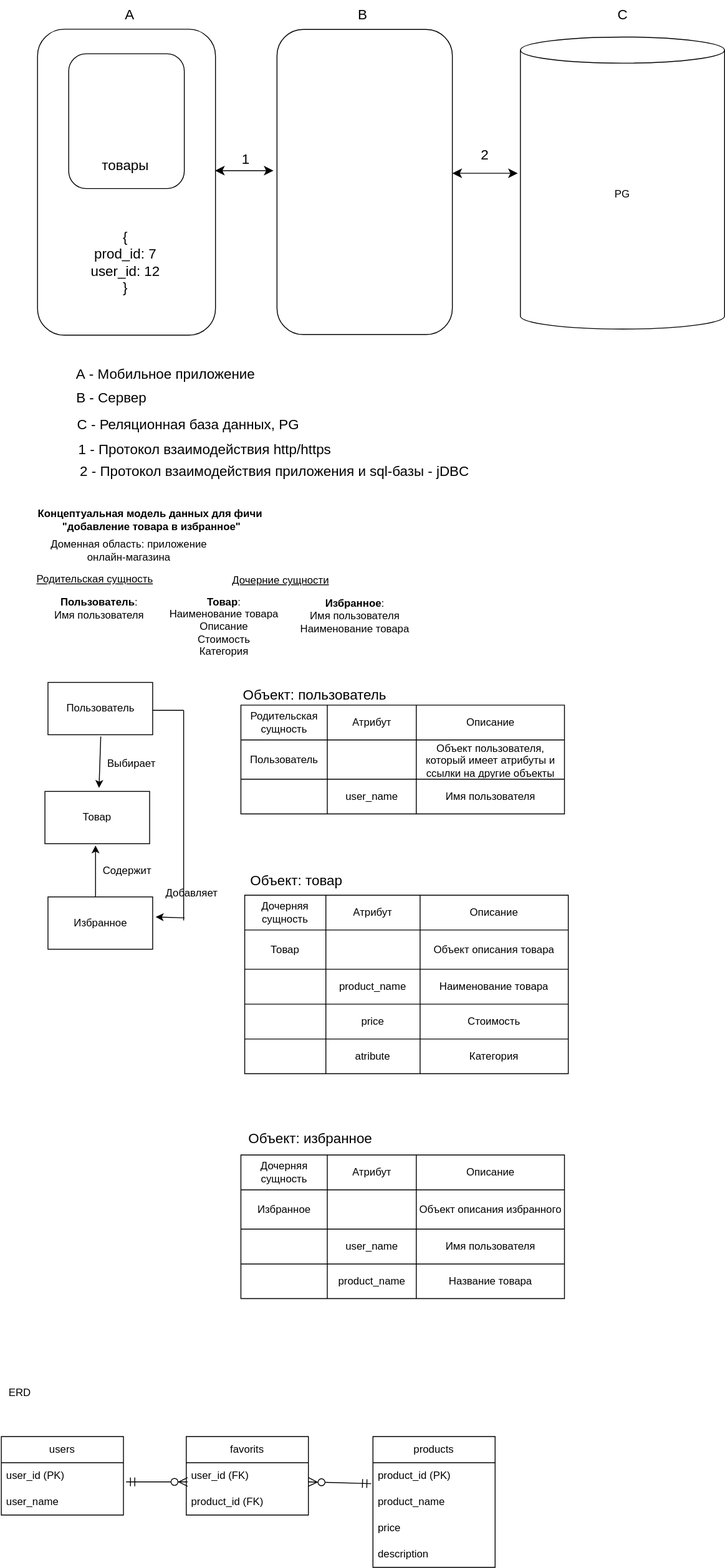
This is Pasynkova_Olga/Functional_Requirement.drawio.svg from abdullahproff/BSA21_1, a draw.io export, as it was before one commit. Source tidied: cells renumbered, new cells last; positions are measured from the earlier drawing's top-left corner, leaving out a move shared by most shapes.
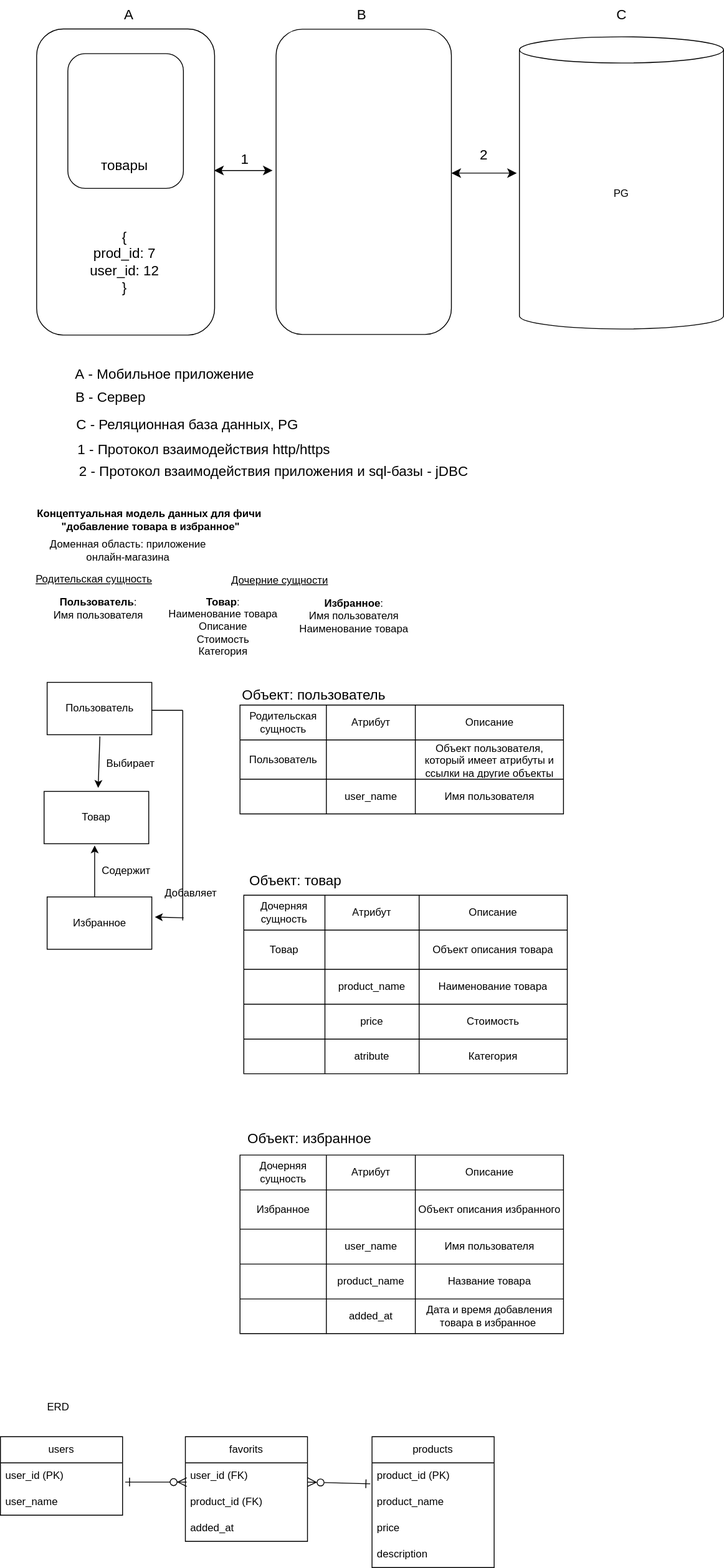
After the change.

What changed in the source:
```diff
@@ -240,7 +240,7 @@
       <mxGeometry x="306.6" y="993" width="127" height="31" as="geometry" />
     </mxCell>
     <mxCell id="74" style="shape=table;startSize=0;" parent="1" vertex="1">
-      <mxGeometry x="306.6" y="1324" width="370.9" height="164.8" as="geometry" />
+      <mxGeometry x="306.6" y="1324" width="370.9" height="204.8" as="geometry" />
     </mxCell>
     <mxCell id="75" style="shape=tableRow;horizontal=0;startSize=0;swimlaneHead=0;swimlaneBody=0;strokeColor=inherit;top=0;left=0;bottom=0;right=0;fillColor=none;" parent="74" vertex="1">
       <mxGeometry width="370.9" height="40" as="geometry" />
@@ -290,6 +290,18 @@
     <mxCell id="90" value="Название товара" style="shape=partialRectangle;html=1;whiteSpace=wrap;strokeColor=inherit;overflow=hidden;fillColor=none;top=0;left=0;bottom=0;right=0;" parent="87" vertex="1">
       <mxGeometry x="201" width="170" height="40" as="geometry" />
     </mxCell>
+    <mxCell id="106" style="shape=tableRow;horizontal=0;startSize=0;swimlaneHead=0;swimlaneBody=0;strokeColor=inherit;top=0;left=0;bottom=0;right=0;fillColor=none;" parent="74" vertex="1">
+      <mxGeometry y="165" width="370.9" height="40" as="geometry" />
+    </mxCell>
+    <mxCell id="107" style="shape=partialRectangle;html=1;whiteSpace=wrap;strokeColor=inherit;overflow=hidden;fillColor=none;top=0;left=0;bottom=0;right=0;" parent="106" vertex="1">
+      <mxGeometry width="99" height="40" as="geometry" />
+    </mxCell>
+    <mxCell id="108" value="added_at" style="shape=partialRectangle;html=1;whiteSpace=wrap;strokeColor=inherit;overflow=hidden;fillColor=none;top=0;left=0;bottom=0;right=0;" parent="106" vertex="1">
+      <mxGeometry x="99" width="102" height="40" as="geometry" />
+    </mxCell>
+    <mxCell id="109" value="Дата и время добавления товара в избранное&amp;nbsp;" style="shape=partialRectangle;html=1;whiteSpace=wrap;strokeColor=inherit;overflow=hidden;fillColor=none;top=0;left=0;bottom=0;right=0;" parent="106" vertex="1">
+      <mxGeometry x="201" width="170" height="40" as="geometry" />
+    </mxCell>
     <mxCell id="91" value="Объект: избранное" style="text;html=1;align=center;verticalAlign=middle;strokeColor=none;fillColor=none;fontSize=16;" parent="1" vertex="1">
       <mxGeometry x="304.8" y="1289" width="163" height="31" as="geometry" />
     </mxCell>
@@ -318,7 +330,7 @@
       <mxGeometry y="120" width="140" height="30" as="geometry" />
     </mxCell>
     <mxCell id="100" value="favorits" style="swimlane;fontStyle=0;horizontal=1;startSize=30;whiteSpace=wrap;html=1;" parent="1" vertex="1">
-      <mxGeometry x="244" y="1647" width="140" height="90" as="geometry" />
+      <mxGeometry x="244" y="1647" width="140" height="120" as="geometry" />
     </mxCell>
     <mxCell id="101" value="user_id (FK)" style="text;strokeColor=none;fillColor=none;align=left;verticalAlign=middle;spacingLeft=4;spacingRight=4;overflow=hidden;whiteSpace=wrap;html=1;" parent="100" vertex="1">
       <mxGeometry y="30" width="140" height="30" as="geometry" />
@@ -326,16 +338,19 @@
     <mxCell id="102" value="product_id (FK)" style="text;strokeColor=none;fillColor=none;align=left;verticalAlign=middle;spacingLeft=4;spacingRight=4;overflow=hidden;whiteSpace=wrap;html=1;" parent="100" vertex="1">
       <mxGeometry y="60" width="140" height="30" as="geometry" />
     </mxCell>
+    <mxCell id="110" value="added_at" style="text;strokeColor=none;fillColor=none;align=left;verticalAlign=middle;spacingLeft=4;spacingRight=4;overflow=hidden;whiteSpace=wrap;html=1;" parent="100" vertex="1">
+      <mxGeometry y="90" width="140" height="30" as="geometry" />
+    </mxCell>
     <mxCell id="103" value="ERD" style="text;html=1;align=center;verticalAlign=middle;strokeColor=none;fillColor=none;" parent="1" vertex="1">
-      <mxGeometry x="31" y="1584" width="43" height="26" as="geometry" />
+      <mxGeometry x="76" y="1600" width="43" height="26" as="geometry" />
     </mxCell>
-    <mxCell id="104" style="edgeStyle=entityRelationEdgeStyle;fontSize=12;html=1;endArrow=ERzeroToMany;endFill=1;rounded=0;startSize=8;endSize=8;curved=1;startArrow=ERmandOne;startFill=0;" parent="1" edge="1">
+    <mxCell id="104" style="edgeStyle=entityRelationEdgeStyle;fontSize=12;html=1;endArrow=ERzeroToMany;endFill=1;rounded=0;startSize=8;endSize=8;curved=1;startArrow=ERone;startFill=0;" parent="1" edge="1">
       <mxGeometry relative="1" as="geometry">
         <mxPoint x="175" y="1699" as="sourcePoint" />
         <mxPoint x="245.5" y="1699" as="targetPoint" />
       </mxGeometry>
     </mxCell>
-    <mxCell id="105" style="fontSize=12;html=1;endArrow=ERmandOne;endFill=0;rounded=0;startSize=8;endSize=8;exitX=1;exitY=0.5;exitDx=0;exitDy=0;jumpStyle=line;startArrow=ERzeroToMany;startFill=0;" parent="1" edge="1">
+    <mxCell id="105" style="fontSize=12;html=1;endArrow=ERone;endFill=0;rounded=0;startSize=8;endSize=8;exitX=1;exitY=0.5;exitDx=0;exitDy=0;jumpStyle=line;startArrow=ERzeroToMany;startFill=0;" parent="1" edge="1">
       <mxGeometry relative="1" as="geometry">
         <mxPoint x="384" y="1699" as="sourcePoint" />
         <mxPoint x="456" y="1701" as="targetPoint" />
```
